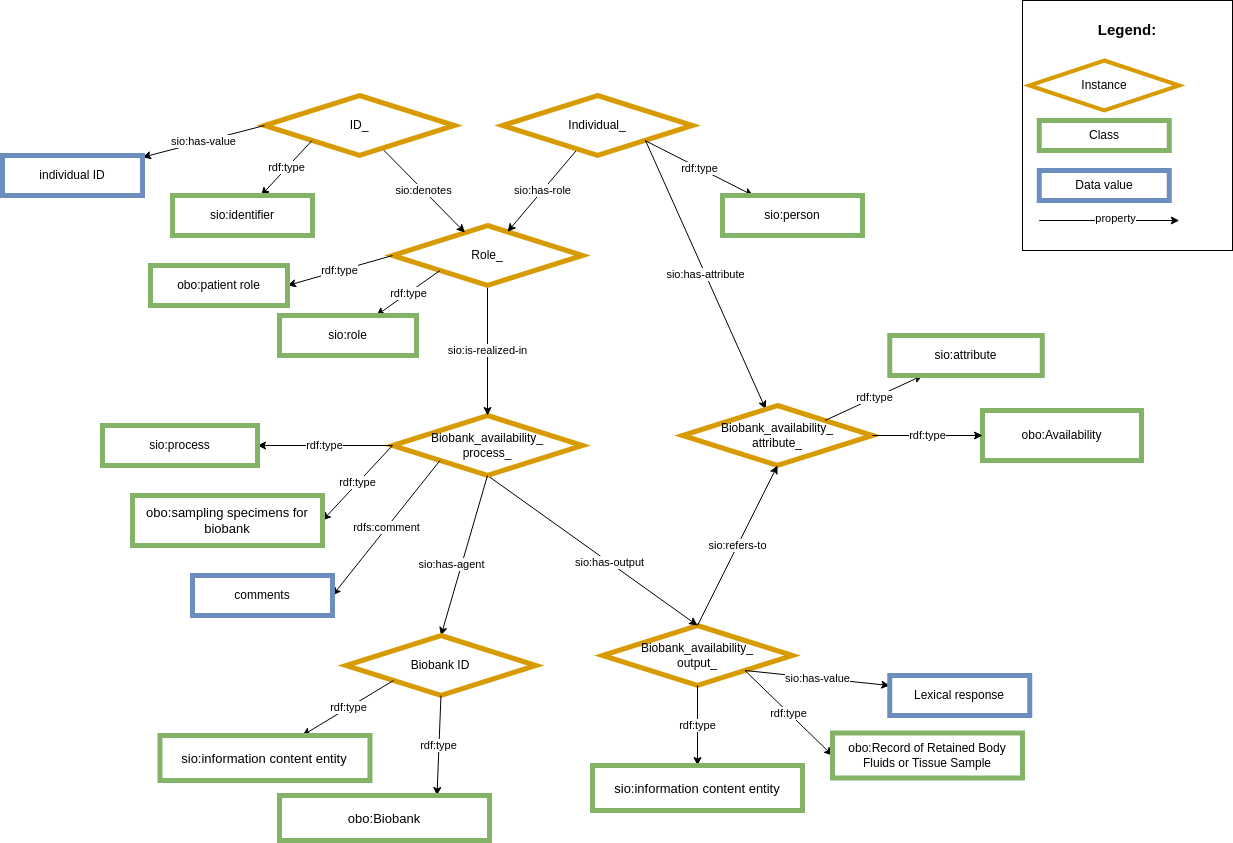
This is images/CARE-SM-Biobank.png from CARE-SM/CARE-Semantic-Model, a draw.io export, as it was before one commit. Source tidied: cells renumbered, new cells last; positions are measured from the earlier drawing's top-left corner, leaving out a move shared by most shapes.
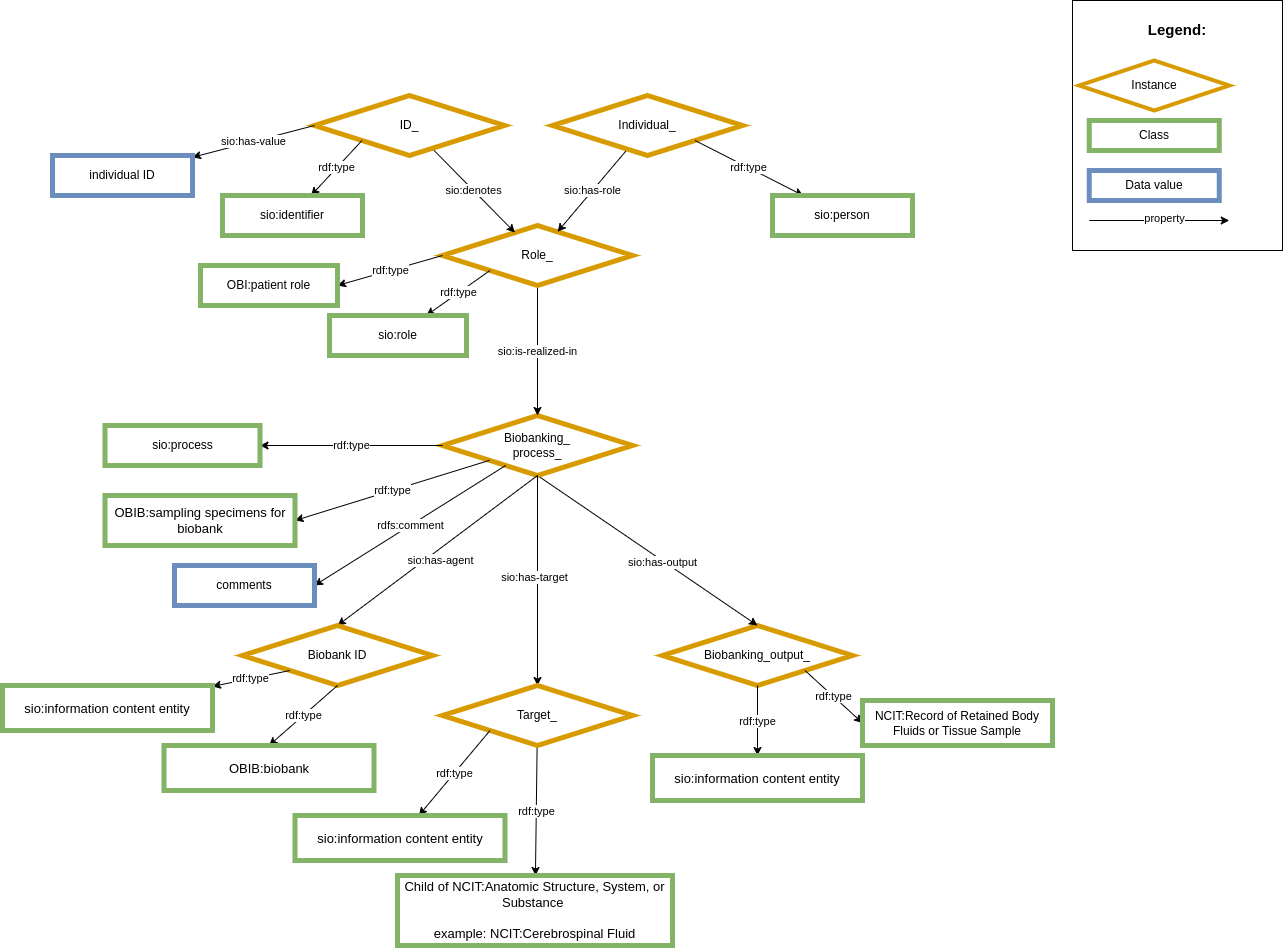
Later version of the same file.

The edit, as a diff of the source:
```diff
@@ -2,8 +2,8 @@
   <root>
     <mxCell id="0" />
     <mxCell id="1" parent="0" />
-    <mxCell id="2" value="Biobank_availability_&lt;br&gt;output_" style="rhombus;whiteSpace=wrap;html=1;fillColor=#FFFFFF;strokeColor=#d79b00;strokeWidth=5;" parent="1" vertex="1">
-      <mxGeometry x="600" y="625" width="190" height="60" as="geometry" />
+    <mxCell id="2" value="Biobanking_output_" style="rhombus;whiteSpace=wrap;html=1;fillColor=#FFFFFF;strokeColor=#d79b00;strokeWidth=5;" parent="1" vertex="1">
+      <mxGeometry x="610" y="625" width="190" height="60" as="geometry" />
     </mxCell>
     <mxCell id="3" style="edgeStyle=none;rounded=0;jettySize=auto;html=1;exitX=0.5;exitY=1;exitDx=0;exitDy=0;entryX=0.5;entryY=0;entryDx=0;entryDy=0;" parent="1" edge="1" source="5" target="2">
       <mxGeometry relative="1" as="geometry" />
@@ -13,23 +13,23 @@
         <mxPoint x="38" y="26" as="offset" />
       </mxGeometry>
     </mxCell>
-    <mxCell id="5" value="Biobank_availability_&lt;br&gt;process_" style="rhombus;whiteSpace=wrap;html=1;fillColor=#FFFFFF;strokeColor=#d79b00;strokeWidth=5;" parent="1" vertex="1">
+    <mxCell id="5" value="Biobanking_&lt;br&gt;process_" style="rhombus;whiteSpace=wrap;html=1;fillColor=#FFFFFF;strokeColor=#d79b00;strokeWidth=5;" parent="1" vertex="1">
       <mxGeometry x="390" y="415" width="190" height="60" as="geometry" />
     </mxCell>
     <mxCell id="6" value="&lt;span style=&quot;color: rgb(0, 0, 0); font-family: Helvetica; font-size: 11px; font-style: normal; font-variant-ligatures: normal; font-variant-caps: normal; font-weight: 400; letter-spacing: normal; orphans: 2; text-align: center; text-indent: 0px; text-transform: none; widows: 2; word-spacing: 0px; -webkit-text-stroke-width: 0px; background-color: rgb(255, 255, 255); text-decoration-thickness: initial; text-decoration-style: initial; text-decoration-color: initial; float: none; display: inline !important;&quot;&gt;sio:is-realized-in&lt;/span&gt;" style="rounded=0;jettySize=auto;html=1;exitX=0.5;exitY=1;exitDx=0;exitDy=0;entryX=0.5;entryY=0;entryDx=0;entryDy=0;" parent="1" edge="1" source="11" target="5">
       <mxGeometry relative="1" as="geometry" />
     </mxCell>
-    <mxCell id="7" value="rdf:type" style="edgeStyle=none;rounded=0;jettySize=auto;html=1;exitX=0;exitY=0.5;exitDx=0;exitDy=0;" parent="1" edge="1" source="5" target="8">
+    <mxCell id="7" value="rdf:type" style="edgeStyle=none;rounded=0;jettySize=auto;html=1;" parent="1" edge="1" source="5" target="8">
       <mxGeometry relative="1" as="geometry" />
     </mxCell>
     <mxCell id="8" value="sio:process" style="whiteSpace=wrap;html=1;fillColor=#FFFFFF;strokeColor=#82b366;strokeWidth=5;" parent="1" vertex="1">
-      <mxGeometry x="100" y="425" width="155" height="40" as="geometry" />
+      <mxGeometry x="52.5" y="425" width="155" height="40" as="geometry" />
     </mxCell>
     <mxCell id="9" value="rdf:type" style="edgeStyle=none;rounded=0;jettySize=auto;html=1;exitX=0.5;exitY=1;exitDx=0;exitDy=0;" parent="1" edge="1" source="2" target="10">
       <mxGeometry relative="1" as="geometry" />
     </mxCell>
     <mxCell id="10" value="&lt;font size=&quot;2&quot;&gt;sio:information content entity&lt;/font&gt;" style="whiteSpace=wrap;html=1;fillColor=#FFFFFF;strokeColor=#82b366;strokeWidth=5;" parent="1" vertex="1">
-      <mxGeometry x="590" y="765" width="210" height="45" as="geometry" />
+      <mxGeometry x="600" y="755" width="210" height="45" as="geometry" />
     </mxCell>
     <mxCell id="11" value="Role_" style="rhombus;whiteSpace=wrap;html=1;fillColor=#FFFFFF;strokeColor=#d79b00;strokeWidth=5;" parent="1" vertex="1">
       <mxGeometry x="390" y="225" width="190" height="60" as="geometry" />
@@ -73,13 +73,13 @@
       </mxGeometry>
     </mxCell>
     <mxCell id="24" value="Biobank ID" style="rhombus;whiteSpace=wrap;html=1;fillColor=#FFFFFF;strokeColor=#d79b00;strokeWidth=5;" parent="1" vertex="1">
-      <mxGeometry x="343.5" y="635" width="190" height="60" as="geometry" />
+      <mxGeometry x="190" y="625" width="190" height="60" as="geometry" />
     </mxCell>
     <mxCell id="25" value="rdf:type" style="edgeStyle=none;rounded=0;jettySize=auto;html=1;exitX=0;exitY=1;exitDx=0;exitDy=0;" parent="1" edge="1" source="24" target="26">
       <mxGeometry relative="1" as="geometry" />
     </mxCell>
     <mxCell id="26" value="&lt;font size=&quot;2&quot;&gt;sio:information content entity&lt;/font&gt;" style="whiteSpace=wrap;html=1;fillColor=#FFFFFF;strokeColor=#82b366;strokeWidth=5;" parent="1" vertex="1">
-      <mxGeometry x="157.5" y="735" width="210" height="45" as="geometry" />
+      <mxGeometry x="-50" y="685" width="210" height="45" as="geometry" />
     </mxCell>
     <mxCell id="27" value="sio:has-value" style="rounded=0;jettySize=auto;html=1;exitX=0;exitY=0.5;exitDx=0;exitDy=0;" parent="1" edge="1" source="13" target="28">
       <mxGeometry relative="1" as="geometry" />
@@ -90,66 +90,33 @@
     <mxCell id="29" value="rdf:type" style="edgeStyle=none;rounded=0;jettySize=auto;html=1;exitX=0;exitY=0.5;exitDx=0;exitDy=0;entryX=1;entryY=0.5;entryDx=0;entryDy=0;" parent="1" edge="1" source="11" target="30">
       <mxGeometry relative="1" as="geometry" />
     </mxCell>
-    <mxCell id="30" value="obo:patient role" style="whiteSpace=wrap;html=1;fillColor=#FFFFFF;strokeColor=#82b366;strokeWidth=5;" parent="1" vertex="1">
+    <mxCell id="30" value="OBI:patient role" style="whiteSpace=wrap;html=1;fillColor=#FFFFFF;strokeColor=#82b366;strokeWidth=5;" parent="1" vertex="1">
       <mxGeometry x="148" y="265" width="137" height="40" as="geometry" />
     </mxCell>
-    <mxCell id="31" value="rdf:type" style="edgeStyle=none;rounded=0;jettySize=auto;html=1;exitX=0;exitY=0.5;exitDx=0;exitDy=0;entryX=1;entryY=0.5;entryDx=0;entryDy=0;" parent="1" edge="1" source="5" target="32">
+    <mxCell id="31" value="rdf:type" style="edgeStyle=none;rounded=0;jettySize=auto;html=1;entryX=1;entryY=0.5;entryDx=0;entryDy=0;" parent="1" edge="1" source="5" target="32">
       <mxGeometry relative="1" as="geometry" />
     </mxCell>
-    <mxCell id="32" value="&lt;font style=&quot;border-color: var(--border-color);&quot; size=&quot;2&quot;&gt;obo:&lt;/font&gt;&lt;font style=&quot;border-color: var(--border-color);&quot; size=&quot;2&quot;&gt;sampling specimens for biobank&lt;/font&gt;" style="whiteSpace=wrap;html=1;fillColor=#FFFFFF;strokeColor=#82b366;strokeWidth=5;" parent="1" vertex="1">
-      <mxGeometry x="130" y="495" width="190" height="50" as="geometry" />
+    <mxCell id="32" value="&lt;font style=&quot;border-color: var(--border-color);&quot; size=&quot;2&quot;&gt;OBIB:&lt;/font&gt;&lt;font style=&quot;border-color: var(--border-color);&quot; size=&quot;2&quot;&gt;sampling specimens for biobank&lt;/font&gt;" style="whiteSpace=wrap;html=1;fillColor=#FFFFFF;strokeColor=#82b366;strokeWidth=5;" parent="1" vertex="1">
+      <mxGeometry x="52.5" y="495" width="190" height="50" as="geometry" />
     </mxCell>
-    <mxCell id="33" value="sio:has-value" style="rounded=0;jettySize=auto;html=1;exitX=1;exitY=1;exitDx=0;exitDy=0;entryX=0;entryY=0.25;entryDx=0;entryDy=0;" parent="1" edge="1" source="2" target="34">
-      <mxGeometry relative="1" as="geometry" />
-    </mxCell>
-    <mxCell id="34" value="Lexical response" style="whiteSpace=wrap;html=1;fillColor=#FFFFFF;strokeColor=#6c8ebf;strokeWidth=5;" parent="1" vertex="1">
-      <mxGeometry x="887.2" y="675" width="140" height="40" as="geometry" />
-    </mxCell>
-    <mxCell id="35" value="rdfs:comment" style="rounded=0;jettySize=auto;html=1;exitX=0;exitY=1;exitDx=0;exitDy=0;entryX=1;entryY=0.5;entryDx=0;entryDy=0;" parent="1" edge="1" source="5" target="36">
+    <mxCell id="35" value="rdfs:comment" style="rounded=0;jettySize=auto;html=1;entryX=1;entryY=0.5;entryDx=0;entryDy=0;" parent="1" edge="1" source="5" target="36">
       <mxGeometry relative="1" as="geometry" />
     </mxCell>
     <mxCell id="36" value="comments" style="whiteSpace=wrap;html=1;fillColor=#FFFFFF;strokeColor=#6c8ebf;strokeWidth=5;" parent="1" vertex="1">
-      <mxGeometry x="190" y="575" width="140" height="40" as="geometry" />
+      <mxGeometry x="122" y="565" width="140" height="40" as="geometry" />
     </mxCell>
     <mxCell id="37" value="rdf:type" style="edgeStyle=none;rounded=0;jettySize=auto;html=1;entryX=0;entryY=0.5;entryDx=0;entryDy=0;exitX=1;exitY=1;exitDx=0;exitDy=0;" parent="1" edge="1" source="2" target="38">
       <mxGeometry relative="1" as="geometry" />
     </mxCell>
-    <mxCell id="38" value="obo:Record of Retained Body Fluids or Tissue Sample" style="whiteSpace=wrap;html=1;fillColor=#FFFFFF;strokeColor=#82b366;strokeWidth=5;" parent="1" vertex="1">
-      <mxGeometry x="830" y="732.5" width="190" height="45" as="geometry" />
+    <mxCell id="38" value="NCIT:Record of Retained Body Fluids or Tissue Sample" style="whiteSpace=wrap;html=1;fillColor=#FFFFFF;strokeColor=#82b366;strokeWidth=5;" parent="1" vertex="1">
+      <mxGeometry x="810" y="700" width="190" height="45" as="geometry" />
     </mxCell>
-    <mxCell id="39" value="rdf:type" style="edgeStyle=none;rounded=0;jettySize=auto;html=1;exitX=0.5;exitY=1;exitDx=0;exitDy=0;entryX=0.75;entryY=0;entryDx=0;entryDy=0;" parent="1" edge="1" source="24" target="40">
+    <mxCell id="39" value="rdf:type" style="edgeStyle=none;rounded=0;jettySize=auto;html=1;exitX=0.5;exitY=1;exitDx=0;exitDy=0;entryX=0.5;entryY=0;entryDx=0;entryDy=0;" parent="1" edge="1" source="24" target="40">
       <mxGeometry relative="1" as="geometry" />
     </mxCell>
-    <mxCell id="40" value="&lt;font size=&quot;2&quot;&gt;obo:Biobank&lt;/font&gt;" style="whiteSpace=wrap;html=1;fillColor=#FFFFFF;strokeColor=#82b366;strokeWidth=5;" parent="1" vertex="1">
-      <mxGeometry x="277" y="795" width="210" height="45" as="geometry" />
+    <mxCell id="40" value="&lt;font size=&quot;2&quot;&gt;OBIB:biobank&lt;/font&gt;" style="whiteSpace=wrap;html=1;fillColor=#FFFFFF;strokeColor=#82b366;strokeWidth=5;" parent="1" vertex="1">
+      <mxGeometry x="111.5" y="745" width="210" height="45" as="geometry" />
     </mxCell>
-    <mxCell id="41" value="sio:has-attribute" style="rounded=0;jettySize=auto;html=1;exitX=1;exitY=1;exitDx=0;exitDy=0;" parent="1" edge="1" target="42">
-      <mxGeometry relative="1" as="geometry">
-        <mxPoint x="643" y="140" as="sourcePoint" />
-      </mxGeometry>
-    </mxCell>
-    <mxCell id="42" value="Biobank_availability_&lt;br&gt;attribute_" style="rhombus;whiteSpace=wrap;html=1;fillColor=#FFFFFF;strokeColor=#d79b00;strokeWidth=5;" parent="1" vertex="1">
-      <mxGeometry x="680" y="405" width="190" height="60" as="geometry" />
-    </mxCell>
-    <mxCell id="43" value="rdf:type" style="edgeStyle=none;rounded=0;jettySize=auto;html=1;exitX=1;exitY=0;exitDx=0;exitDy=0;" parent="1" edge="1" source="42" target="44">
-      <mxGeometry relative="1" as="geometry" />
-    </mxCell>
-    <mxCell id="44" value="sio:attribute" style="whiteSpace=wrap;html=1;fillColor=#FFFFFF;strokeColor=#82b366;strokeWidth=5;" parent="1" vertex="1">
-      <mxGeometry x="887.2" y="335" width="152.5" height="40" as="geometry" />
-    </mxCell>
-    <mxCell id="45" value="sio:refers-to" style="edgeStyle=none;rounded=0;jettySize=auto;html=1;entryX=0.5;entryY=1;entryDx=0;entryDy=0;exitX=0.5;exitY=0;exitDx=0;exitDy=0;" parent="1" edge="1" source="2">
-      <mxGeometry relative="1" as="geometry">
-        <mxPoint x="775" y="465" as="targetPoint" />
-      </mxGeometry>
-    </mxCell>
-    <mxCell id="46" value="obo:Availability&lt;span style=&quot;background-color: initial;&quot;&gt;&lt;br&gt;&lt;/span&gt;" style="whiteSpace=wrap;html=1;fillColor=#FFFFFF;strokeColor=#82b366;strokeWidth=5;" parent="1" vertex="1">
-      <mxGeometry x="980" y="410" width="159" height="50" as="geometry" />
-    </mxCell>
-    <mxCell id="47" value="rdf:type" style="edgeStyle=none;rounded=0;jettySize=auto;html=1;exitX=1;exitY=0.5;exitDx=0;exitDy=0;entryX=0;entryY=0.5;entryDx=0;entryDy=0;" parent="1" edge="1" target="46">
-      <mxGeometry relative="1" as="geometry">
-        <mxPoint x="870" y="435" as="sourcePoint" />
-      </mxGeometry>
-    </mxCell>
     <mxCell id="48" value="&lt;div style=&quot;text-align: left; font-size: 15px;&quot;&gt;&lt;span style=&quot;background-color: initial;&quot;&gt;&lt;b style=&quot;&quot;&gt;&lt;font style=&quot;font-size: 15px;&quot;&gt;Legend:&lt;/font&gt;&lt;/b&gt;&lt;/span&gt;&lt;/div&gt;&lt;div style=&quot;text-align: left; font-size: 15px;&quot;&gt;&lt;span style=&quot;background-color: initial;&quot;&gt;&lt;br&gt;&lt;/span&gt;&lt;/div&gt;&lt;div style=&quot;text-align: left;&quot;&gt;&lt;span style=&quot;background-color: initial;&quot;&gt;&lt;br&gt;&lt;/span&gt;&lt;/div&gt;&lt;div style=&quot;text-align: left;&quot;&gt;&lt;span style=&quot;background-color: initial;&quot;&gt;&lt;br&gt;&lt;/span&gt;&lt;/div&gt;&lt;div style=&quot;text-align: left;&quot;&gt;&lt;br&gt;&lt;/div&gt;&lt;div style=&quot;text-align: left;&quot;&gt;&lt;br&gt;&lt;/div&gt;&lt;div style=&quot;text-align: left;&quot;&gt;&lt;br&gt;&lt;/div&gt;&lt;div style=&quot;text-align: left;&quot;&gt;&lt;br&gt;&lt;/div&gt;&lt;div style=&quot;text-align: left;&quot;&gt;&lt;br&gt;&lt;/div&gt;&lt;div style=&quot;text-align: left;&quot;&gt;&lt;span style=&quot;background-color: initial;&quot;&gt;&lt;br&gt;&lt;/span&gt;&lt;/div&gt;&lt;div style=&quot;text-align: left;&quot;&gt;&lt;span style=&quot;background-color: initial;&quot;&gt;&lt;br&gt;&lt;/span&gt;&lt;/div&gt;&lt;div style=&quot;text-align: left;&quot;&gt;&lt;span style=&quot;background-color: initial;&quot;&gt;&lt;br&gt;&lt;/span&gt;&lt;/div&gt;&lt;div style=&quot;text-align: left;&quot;&gt;&lt;span style=&quot;background-color: initial;&quot;&gt;&lt;br&gt;&lt;/span&gt;&lt;/div&gt;&lt;div style=&quot;text-align: left;&quot;&gt;&lt;span style=&quot;background-color: initial;&quot;&gt;&lt;br&gt;&lt;/span&gt;&lt;/div&gt;" style="rounded=0;whiteSpace=wrap;html=1;" parent="1" vertex="1">
       <mxGeometry x="1020" width="210" height="250" as="geometry" />
     </mxCell>
@@ -168,5 +135,28 @@
         <mxPoint x="1176.8" y="220" as="targetPoint" />
       </mxGeometry>
     </mxCell>
+    <mxCell id="53" value="rdf:type" style="edgeStyle=none;rounded=0;jettySize=auto;html=1;" parent="1" edge="1" source="57" target="54">
+      <mxGeometry relative="1" as="geometry" />
+    </mxCell>
+    <mxCell id="54" value="&lt;font style=&quot;font-size: 13px;&quot;&gt;&lt;font style=&quot;border-color: var(--border-color); font-size: 13px;&quot;&gt;Child of NCIT:&lt;/font&gt;Anatomic Structure, System, or Substance&amp;nbsp;&lt;br style=&quot;border-color: var(--border-color);&quot;&gt;&lt;br style=&quot;border-color: var(--border-color);&quot;&gt;example:&amp;nbsp;&lt;/font&gt;&lt;span style=&quot;background-color: initial; font-size: 13px;&quot;&gt;&lt;font style=&quot;font-size: 13px;&quot;&gt;NCIT:Cerebrospinal Fluid&lt;/font&gt;&lt;br&gt;&lt;/span&gt;" style="whiteSpace=wrap;html=1;fillColor=#FFFFFF;strokeColor=#82b366;strokeWidth=5;" parent="1" vertex="1">
+      <mxGeometry x="345" y="875" width="275" height="70" as="geometry" />
+    </mxCell>
+    <mxCell id="55" style="edgeStyle=none;rounded=0;jettySize=auto;html=1;entryX=0.5;entryY=0;entryDx=0;entryDy=0;" parent="1" edge="1" source="5" target="57">
+      <mxGeometry relative="1" as="geometry" />
+    </mxCell>
+    <mxCell id="56" value="sio:has-target" style="edgeLabel;html=1;align=center;verticalAlign=middle;" parent="55" vertex="1">
+      <mxGeometry x="-0.21" y="-1" relative="1" as="geometry">
+        <mxPoint x="-3" y="18" as="offset" />
+      </mxGeometry>
+    </mxCell>
+    <mxCell id="57" value="Target_" style="rhombus;whiteSpace=wrap;html=1;fillColor=#FFFFFF;strokeColor=#d79b00;strokeWidth=5;" parent="1" vertex="1">
+      <mxGeometry x="390" y="685" width="190" height="60" as="geometry" />
+    </mxCell>
+    <mxCell id="58" value="rdf:type" style="edgeStyle=none;rounded=0;jettySize=auto;html=1;exitX=0;exitY=1;exitDx=0;exitDy=0;" parent="1" edge="1" source="57" target="59">
+      <mxGeometry relative="1" as="geometry" />
+    </mxCell>
+    <mxCell id="59" value="&lt;font size=&quot;2&quot;&gt;sio:information content entity&lt;/font&gt;" style="whiteSpace=wrap;html=1;fillColor=#FFFFFF;strokeColor=#82b366;strokeWidth=5;" parent="1" vertex="1">
+      <mxGeometry x="242.5" y="815" width="210" height="45" as="geometry" />
+    </mxCell>
   </root>
 </mxGraphModel>
```
